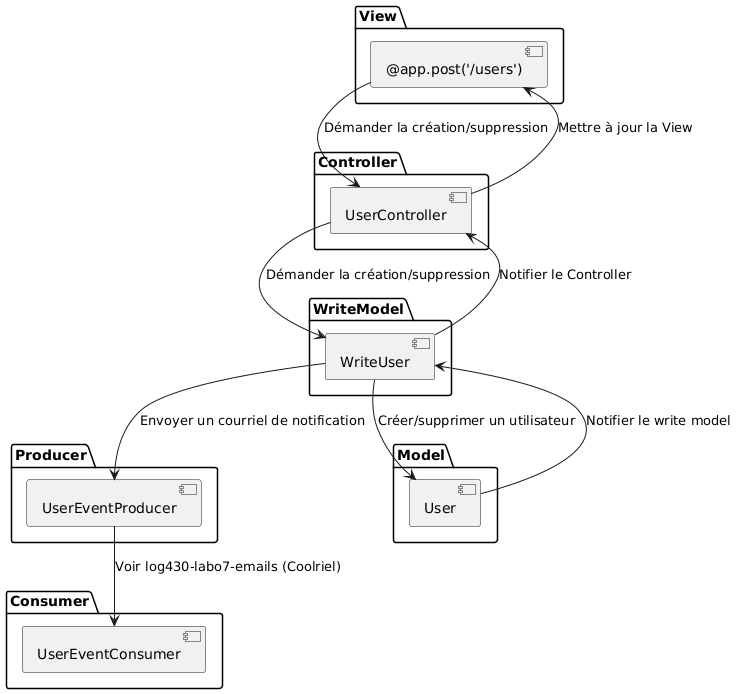
Earlier version of the PlantUML export docs/arc42/component.png (marc187-organization/log430-a25-labo5). The source it was exported from:
```plantuml
@startuml
package View {
    [@app.post('/users')]
}

package Controller {
    [UserController]
}

package WriteModel {
    [WriteUser]
}

package Producer {
    [UserEventProducer]
}

package Model {
    [User]
}

package Consumer {
    [UserEventConsumer]
}


[@app.post('/users')] --> [UserController] : Démander la création/suppression
[UserController] --> [WriteUser] : Démander la création/suppression
[WriteUser] --> [UserController] : Notifier le Controller
[UserController] --> [@app.post('/users')] : Mettre à jour la View
[WriteUser] --> [User] : Créer/supprimer un utilisateur
[User] --> [WriteUser] : Notifier le write model
[WriteUser] --> [UserEventProducer] : Envoyer un courriel de notification
[UserEventProducer] --> [UserEventConsumer] : Voir log430-labo7-emails (Coolriel)
@enduml
```
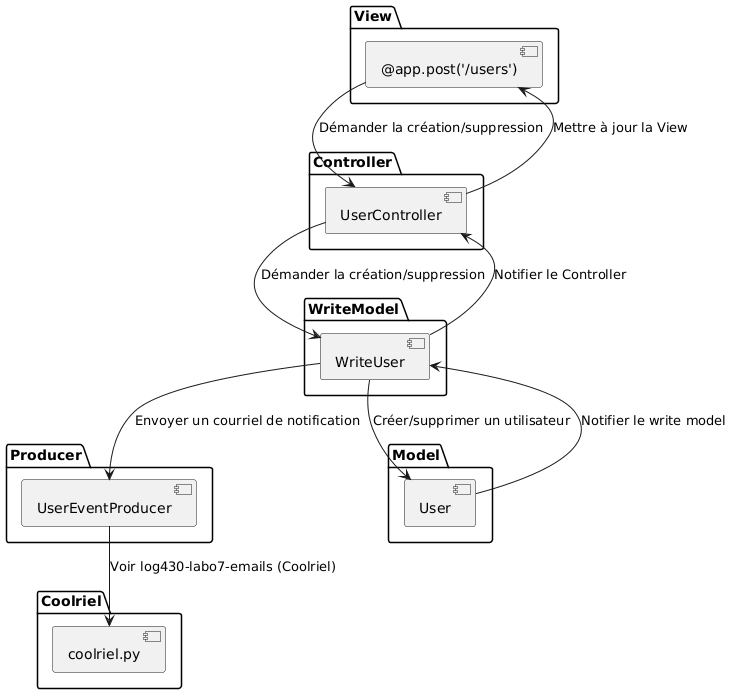
After the change.

The edit, as a diff of the source:
```diff
@@ -19,8 +19,8 @@
     [User]
 }
 
-package Consumer {
-    [UserEventConsumer]
+package Coolriel {
+    [coolriel.py]
 }
 
 
@@ -31,5 +31,5 @@
 [WriteUser] --> [User] : Créer/supprimer un utilisateur
 [User] --> [WriteUser] : Notifier le write model
 [WriteUser] --> [UserEventProducer] : Envoyer un courriel de notification
-[UserEventProducer] --> [UserEventConsumer] : Voir log430-labo7-emails (Coolriel)
+[UserEventProducer] --> [coolriel.py] : Voir log430-labo7-emails (Coolriel)
 @enduml
```
